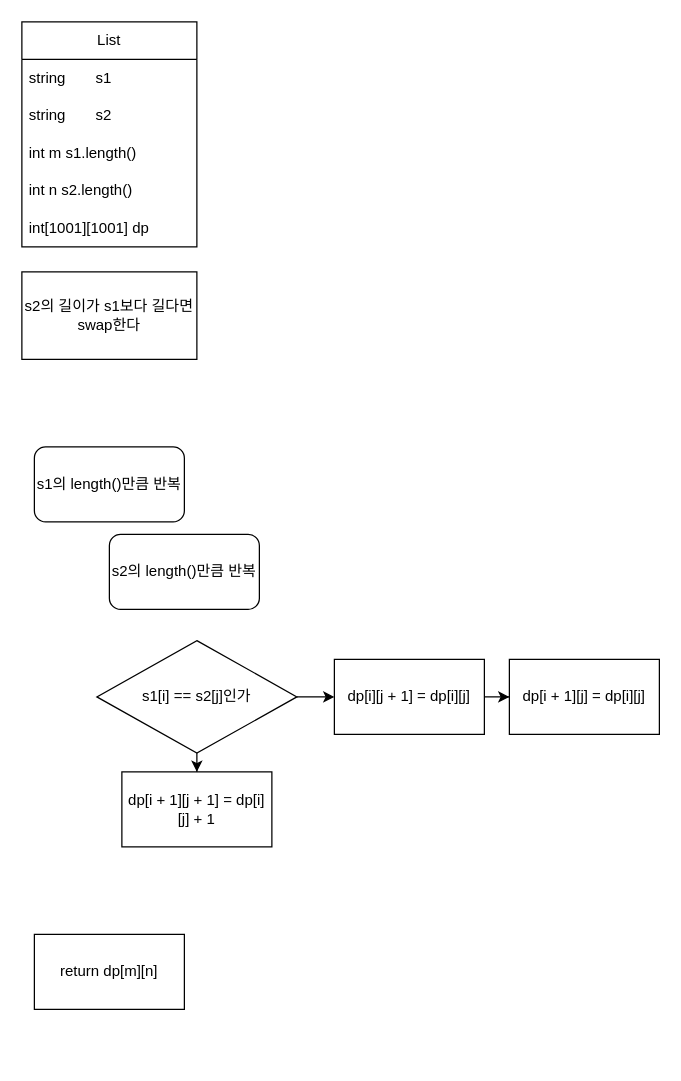
Above: codebattle13.drawio in sangbumlikeagod/SWEA_B (draw.io), before the change. Source tidied: cells renumbered, new cells numbered last; positions are measured from the earlier drawing's top-left corner, leaving out a move shared by most shapes. Both pictures are drawn from the tidied source at 125%, with x=0, y=0 at pixel (21, 21).
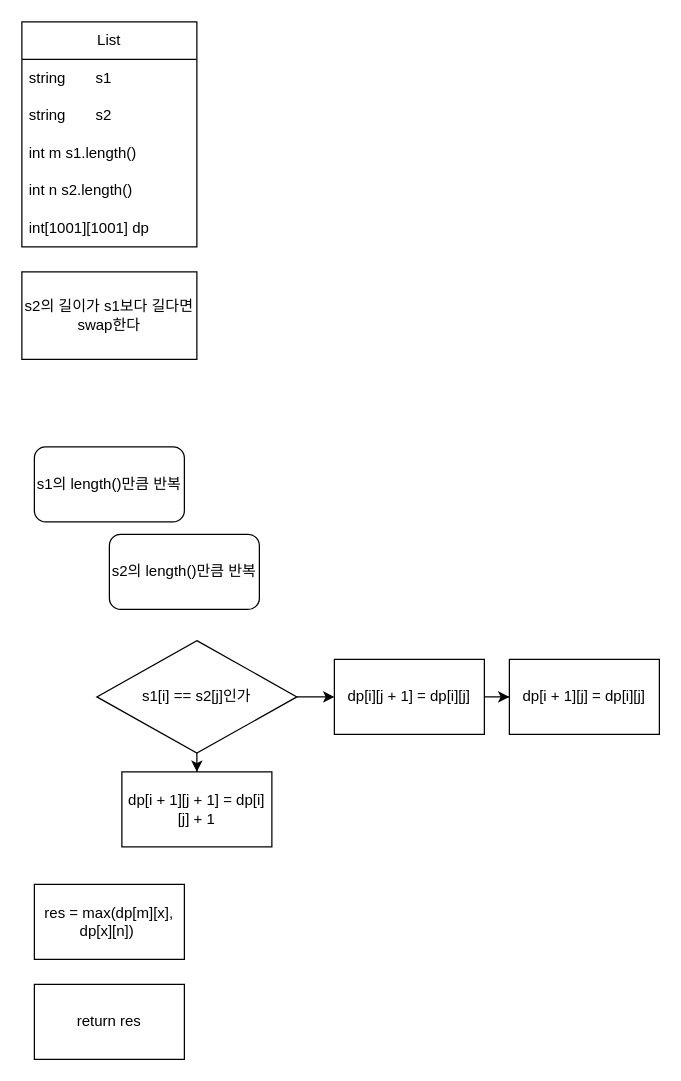
The same page after the edit.

What changed in the source:
```diff
@@
 <mxGraphModel>
   <root>
     <mxCell id="0" />
     <mxCell id="1" parent="0" />
     <mxCell id="2" value="s2의 길이가 s1보다 길다면 swap한다" style="rounded=0;whiteSpace=wrap;html=1;" parent="1" vertex="1">
       <mxGeometry y="200" width="140" height="70" as="geometry" />
     </mxCell>
     <mxCell id="3" value="List" style="swimlane;fontStyle=0;horizontal=1;startSize=30;whiteSpace=wrap;html=1;" parent="1" vertex="1">
       <mxGeometry width="140" height="180" as="geometry" />
     </mxCell>
     <mxCell id="4" value="string&lt;span style=&quot;white-space: pre;&quot;&gt;&#9;&lt;/span&gt;s1" style="text;strokeColor=none;fillColor=none;align=left;verticalAlign=middle;spacingLeft=4;spacingRight=4;overflow=hidden;whiteSpace=wrap;html=1;" parent="3" vertex="1">
       <mxGeometry y="30" width="140" height="30" as="geometry" />
     </mxCell>
     <mxCell id="5" value="string&amp;nbsp;&lt;span style=&quot;white-space: pre;&quot;&gt;&#9;&lt;/span&gt;s2&lt;span style=&quot;white-space: pre;&quot;&gt;&#9;&lt;/span&gt;" style="text;strokeColor=none;fillColor=none;align=left;verticalAlign=middle;spacingLeft=4;spacingRight=4;overflow=hidden;whiteSpace=wrap;html=1;" parent="3" vertex="1">
       <mxGeometry y="60" width="140" height="30" as="geometry" />
     </mxCell>
     <mxCell id="6" value="int m s1.length()&lt;span style=&quot;white-space: pre;&quot;&gt;&#9;&lt;/span&gt;" style="text;strokeColor=none;fillColor=none;align=left;verticalAlign=middle;spacingLeft=4;spacingRight=4;overflow=hidden;whiteSpace=wrap;html=1;" parent="3" vertex="1">
       <mxGeometry y="90" width="140" height="30" as="geometry" />
     </mxCell>
     <mxCell id="7" value="int n s2.length()&lt;span style=&quot;white-space: pre;&quot;&gt;&#9;&lt;/span&gt;" style="text;strokeColor=none;fillColor=none;align=left;verticalAlign=middle;spacingLeft=4;spacingRight=4;overflow=hidden;whiteSpace=wrap;html=1;" parent="3" vertex="1">
       <mxGeometry y="120" width="140" height="30" as="geometry" />
     </mxCell>
     <mxCell id="8" value="int[1001][1001] dp" style="text;strokeColor=none;fillColor=none;align=left;verticalAlign=middle;spacingLeft=4;spacingRight=4;overflow=hidden;whiteSpace=wrap;html=1;" parent="3" vertex="1">
       <mxGeometry y="150" width="140" height="30" as="geometry" />
     </mxCell>
     <mxCell id="9" value="s1의 length()만큼 반복" style="rounded=1;whiteSpace=wrap;html=1;" parent="1" vertex="1">
       <mxGeometry x="10" y="340" width="120" height="60" as="geometry" />
     </mxCell>
     <mxCell id="10" value="s2의 length()만큼 반복" style="rounded=1;whiteSpace=wrap;html=1;" parent="1" vertex="1">
       <mxGeometry x="70" y="410" width="120" height="60" as="geometry" />
     </mxCell>
     <mxCell id="11" style="edgeStyle=orthogonalEdgeStyle;rounded=0;jettySize=auto;html=1;" parent="1" edge="1" source="13" target="16">
       <mxGeometry relative="1" as="geometry" />
     </mxCell>
     <mxCell id="12" style="edgeStyle=orthogonalEdgeStyle;rounded=0;jettySize=auto;html=1;" parent="1" edge="1" source="13" target="14">
       <mxGeometry relative="1" as="geometry" />
     </mxCell>
     <mxCell id="13" value="s1[i] == s2[j]인가" style="rhombus;whiteSpace=wrap;html=1;" parent="1" vertex="1">
       <mxGeometry x="60" y="495" width="160" height="90" as="geometry" />
     </mxCell>
     <mxCell id="14" value="dp[i + 1][j + 1] = dp[i][j] + 1" style="rounded=0;whiteSpace=wrap;html=1;" parent="1" vertex="1">
       <mxGeometry x="80" y="600" width="120" height="60" as="geometry" />
     </mxCell>
     <mxCell id="15" style="edgeStyle=orthogonalEdgeStyle;rounded=0;jettySize=auto;html=1;" parent="1" edge="1" source="16" target="17">
       <mxGeometry relative="1" as="geometry" />
     </mxCell>
     <mxCell id="16" value="dp[i][j + 1] = dp[i][j]" style="rounded=0;whiteSpace=wrap;html=1;" parent="1" vertex="1">
       <mxGeometry x="250" y="510" width="120" height="60" as="geometry" />
     </mxCell>
     <mxCell id="17" value="dp[i + 1][j] = dp[i][j]" style="rounded=0;whiteSpace=wrap;html=1;" parent="1" vertex="1">
       <mxGeometry x="390" y="510" width="120" height="60" as="geometry" />
     </mxCell>
-    <mxCell id="18" value="return dp[m][n]" style="rounded=0;whiteSpace=wrap;html=1;" parent="1" vertex="1">
-      <mxGeometry x="10" y="730" width="120" height="60" as="geometry" />
+    <mxCell id="18" value="return res" style="rounded=0;whiteSpace=wrap;html=1;" parent="1" vertex="1">
+      <mxGeometry x="10" y="770" width="120" height="60" as="geometry" />
     </mxCell>
+    <mxCell id="19" value="res = max(dp[m][x], dp[x][n])&amp;nbsp;" style="rounded=0;whiteSpace=wrap;html=1;" parent="1" vertex="1">
+      <mxGeometry x="10" y="690" width="120" height="60" as="geometry" />
+    </mxCell>
   </root>
 </mxGraphModel>
```
